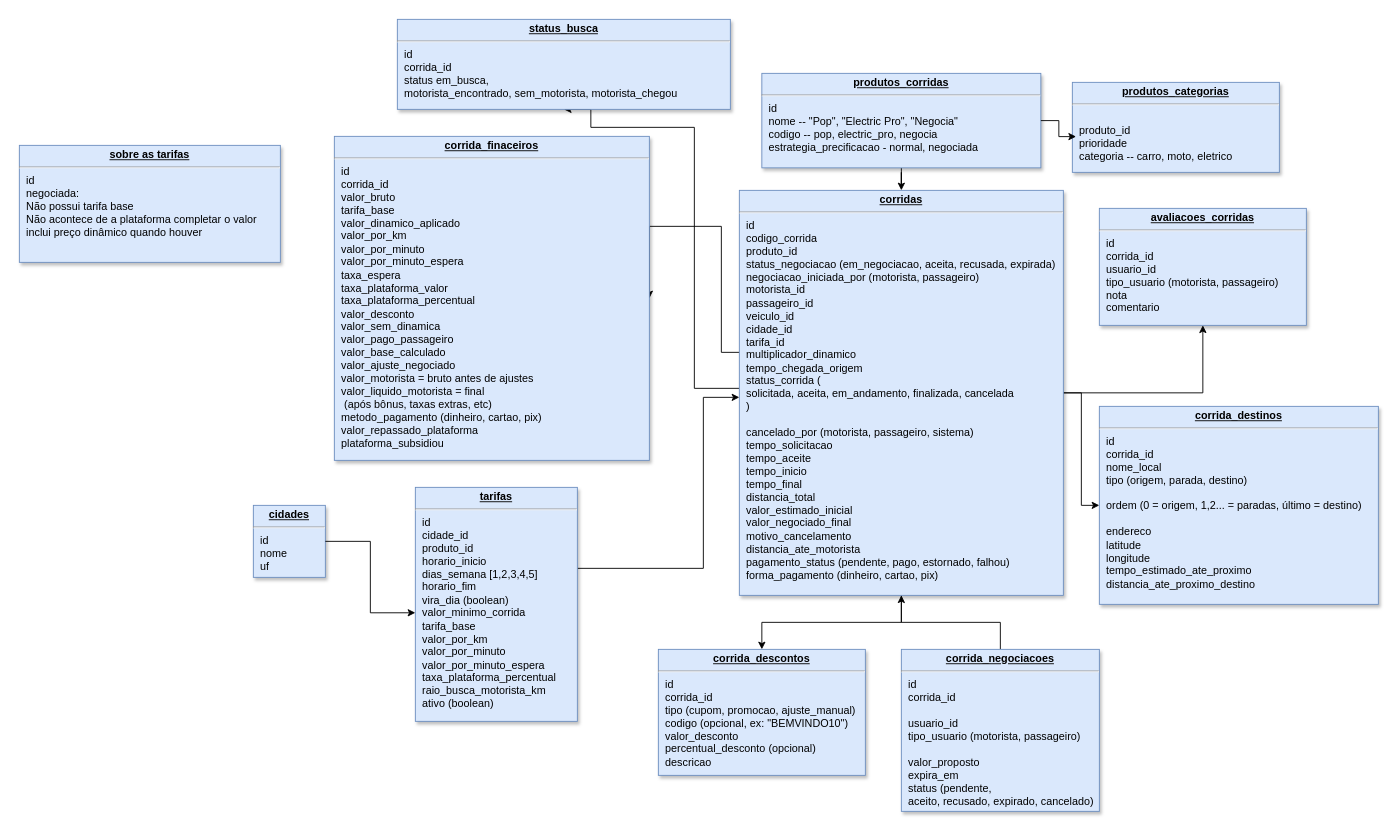
Earlier version of the draw.io diagram page "corridas" (2 of 2) of Diagrama sem nome.drawio (PnA-Publicidade/aplicativo-mobilidade-urbana-backend). Source tidied: cells renumbered, new cells numbered last; positions are measured from the earlier drawing's top-left corner, leaving out a move shared by most shapes. Both pictures are drawn from the tidied source at 90%, with x=0, y=0 at pixel (19, 19).
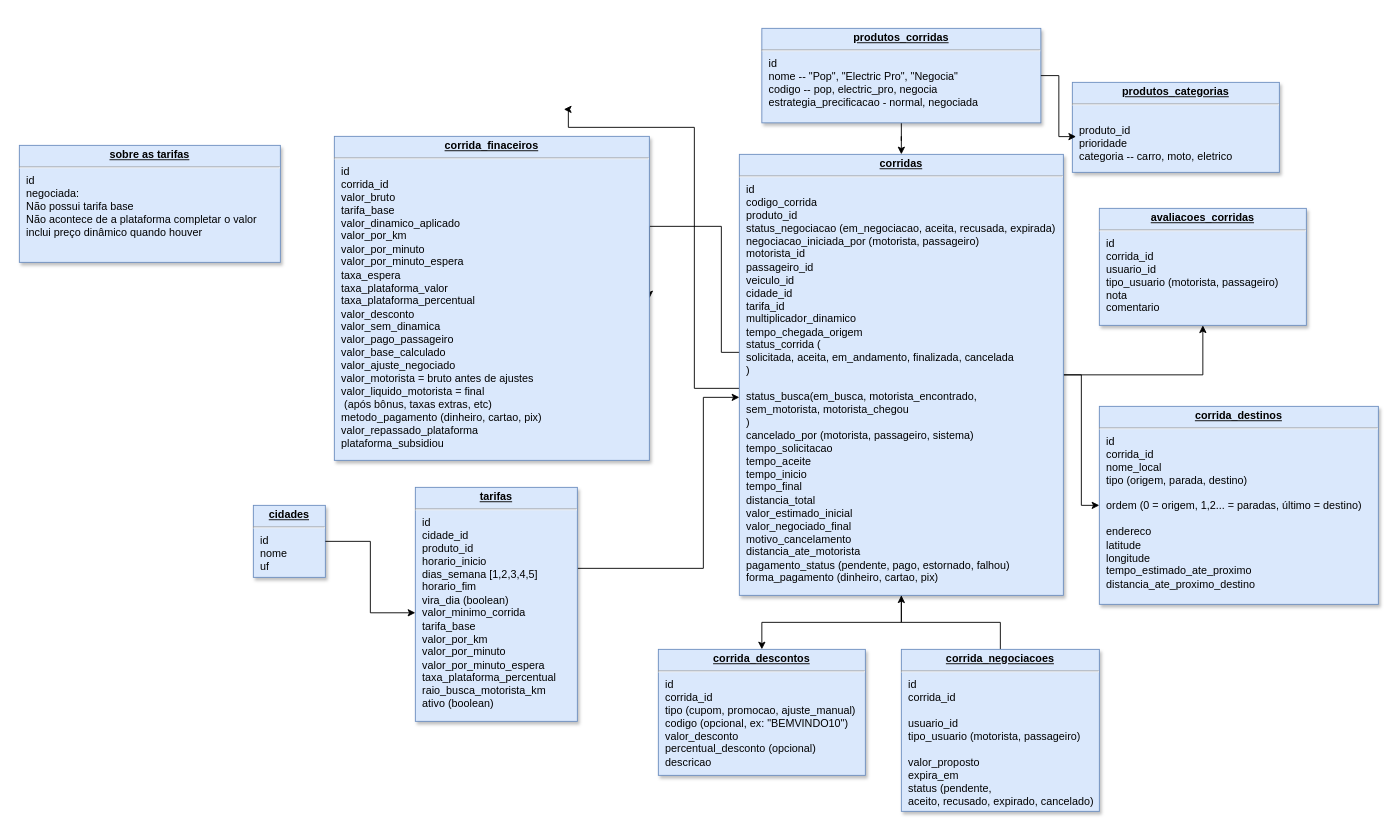
The same page after the edit.

Diff of the diagram source:
```diff
@@
-    <mxCell id="6" style="edgeStyle=orthogonalEdgeStyle;rounded=0;jettySize=auto;html=1;entryX=0.5;entryY=1;entryDx=0;entryDy=0;" parent="1" edge="1" source="7" target="23">
+    <mxCell id="6" style="edgeStyle=orthogonalEdgeStyle;rounded=0;jettySize=auto;html=1;entryX=0.5;entryY=1;entryDx=0;entryDy=0;" parent="1" edge="1" source="7">
       <mxGeometry relative="1" as="geometry">
+        <mxPoint x="605" y="100" as="targetPoint" />
         <Array as="points">
           <mxPoint x="750" y="410" />
           <mxPoint x="750" y="120" />
-          <mxPoint x="635" y="120" />
+          <mxPoint x="610" y="120" />
+          <mxPoint x="610" y="100" />
         </Array>
       </mxGeometry>
     </mxCell>
-    <mxCell id="7" value="&lt;p style=&quot;margin: 0px ; margin-top: 4px ; text-align: center ; text-decoration: underline&quot;&gt;&lt;b&gt;corridas&lt;/b&gt;&lt;/p&gt;&lt;hr&gt;&lt;p style=&quot;margin: 0px ; margin-left: 8px&quot;&gt;id&lt;/p&gt;&lt;p style=&quot;margin: 0px ; margin-left: 8px&quot;&gt;codigo_corrida&lt;/p&gt;&lt;p style=&quot;margin: 0px ; margin-left: 8px&quot;&gt;produto_id&lt;/p&gt;&lt;p style=&quot;margin: 0px ; margin-left: 8px&quot;&gt;status_&lt;span style=&quot;background-color: transparent; color: light-dark(rgb(0, 0, 0), rgb(255, 255, 255));&quot;&gt;negociacao&lt;/span&gt;&lt;span style=&quot;background-color: transparent; color: light-dark(rgb(0, 0, 0), rgb(255, 255, 255));&quot;&gt;&amp;nbsp;(em_negociacao, aceita, recusada, expirada)&lt;/span&gt;&lt;/p&gt;&lt;p style=&quot;margin: 0px ; margin-left: 8px&quot;&gt;negociacao_iniciada_por (motorista, passageiro)&lt;/p&gt;&lt;p style=&quot;margin: 0px ; margin-left: 8px&quot;&gt;motorista_id&lt;/p&gt;&lt;p style=&quot;margin: 0px ; margin-left: 8px&quot;&gt;passageiro_id&lt;/p&gt;&lt;p style=&quot;margin: 0px ; margin-left: 8px&quot;&gt;veiculo_id&amp;nbsp;&lt;/p&gt;&lt;p style=&quot;margin: 0px ; margin-left: 8px&quot;&gt;cidade_id&lt;/p&gt;&lt;p style=&quot;margin: 0px ; margin-left: 8px&quot;&gt;tarifa_id&lt;/p&gt;&lt;p style=&quot;margin: 0px ; margin-left: 8px&quot;&gt;multiplicador_dinamico&lt;/p&gt;&lt;p style=&quot;margin: 0px ; margin-left: 8px&quot;&gt;tempo_chegada_origem&lt;/p&gt;&lt;p style=&quot;margin: 0px ; margin-left: 8px&quot;&gt;status_&lt;span style=&quot;background-color: transparent; color: light-dark(rgb(0, 0, 0), rgb(255, 255, 255));&quot;&gt;corrida&lt;/span&gt;&lt;span style=&quot;background-color: transparent; color: light-dark(rgb(0, 0, 0), rgb(255, 255, 255));&quot;&gt;&amp;nbsp;(&lt;/span&gt;&lt;/p&gt;&lt;p style=&quot;margin: 0px ; margin-left: 8px&quot;&gt;solicitada, aceita, em_andamento, finalizada, cancelada&lt;/p&gt;&lt;p style=&quot;margin: 0px ; margin-left: 8px&quot;&gt;)&lt;/p&gt;&lt;p style=&quot;margin: 0px ; margin-left: 8px&quot;&gt;&lt;br&gt;&lt;/p&gt;&lt;p style=&quot;margin: 0px ; margin-left: 8px&quot;&gt;cancelado_por (motorista, passageiro, sistema)&lt;/p&gt;&lt;p style=&quot;margin: 0px ; margin-left: 8px&quot;&gt;tempo_solicitacao&lt;/p&gt;&lt;p style=&quot;margin: 0px ; margin-left: 8px&quot;&gt;tempo_aceite&lt;/p&gt;&lt;p style=&quot;margin: 0px ; margin-left: 8px&quot;&gt;tempo_inicio&lt;/p&gt;&lt;p style=&quot;margin: 0px ; margin-left: 8px&quot;&gt;tempo_final&lt;/p&gt;&lt;p style=&quot;margin: 0px ; margin-left: 8px&quot;&gt;distancia_total&lt;/p&gt;&lt;p style=&quot;margin: 0px ; margin-left: 8px&quot;&gt;valor_estimado_inicial&lt;/p&gt;&lt;p style=&quot;margin: 0px ; margin-left: 8px&quot;&gt;valor_negociado_final&lt;/p&gt;&lt;p style=&quot;margin: 0px ; margin-left: 8px&quot;&gt;motivo_cancelamento&lt;/p&gt;&lt;p style=&quot;margin: 0px ; margin-left: 8px&quot;&gt;distancia_ate_motorista&lt;/p&gt;&lt;p style=&quot;margin: 0px ; margin-left: 8px&quot;&gt;pagamento_status (pendente, pago, estornado, falhou)&lt;/p&gt;&lt;p style=&quot;margin: 0px ; margin-left: 8px&quot;&gt;forma_pagamento (dinheiro, cartao, pix)&lt;/p&gt;" style="verticalAlign=top;align=left;overflow=fill;fontSize=12;fontFamily=Helvetica;html=1;strokeColor=#6c8ebf;shadow=1;fillColor=#dae8fc;" parent="1" vertex="1">
-      <mxGeometry x="800" y="190" width="360" height="450" as="geometry" />
+    <mxCell id="7" value="&lt;p style=&quot;margin: 0px ; margin-top: 4px ; text-align: center ; text-decoration: underline&quot;&gt;&lt;b&gt;corridas&lt;/b&gt;&lt;/p&gt;&lt;hr&gt;&lt;p style=&quot;margin: 0px ; margin-left: 8px&quot;&gt;id&lt;/p&gt;&lt;p style=&quot;margin: 0px ; margin-left: 8px&quot;&gt;codigo_corrida&lt;/p&gt;&lt;p style=&quot;margin: 0px ; margin-left: 8px&quot;&gt;produto_id&lt;/p&gt;&lt;p style=&quot;margin: 0px ; margin-left: 8px&quot;&gt;status_&lt;span style=&quot;background-color: transparent; color: light-dark(rgb(0, 0, 0), rgb(255, 255, 255));&quot;&gt;negociacao&lt;/span&gt;&lt;span style=&quot;background-color: transparent; color: light-dark(rgb(0, 0, 0), rgb(255, 255, 255));&quot;&gt;&amp;nbsp;(em_negociacao, aceita, recusada, expirada)&lt;/span&gt;&lt;/p&gt;&lt;p style=&quot;margin: 0px ; margin-left: 8px&quot;&gt;negociacao_iniciada_por (motorista, passageiro)&lt;/p&gt;&lt;p style=&quot;margin: 0px ; margin-left: 8px&quot;&gt;motorista_id&lt;/p&gt;&lt;p style=&quot;margin: 0px ; margin-left: 8px&quot;&gt;passageiro_id&lt;/p&gt;&lt;p style=&quot;margin: 0px ; margin-left: 8px&quot;&gt;veiculo_id&amp;nbsp;&lt;/p&gt;&lt;p style=&quot;margin: 0px ; margin-left: 8px&quot;&gt;cidade_id&lt;/p&gt;&lt;p style=&quot;margin: 0px ; margin-left: 8px&quot;&gt;tarifa_id&lt;/p&gt;&lt;p style=&quot;margin: 0px ; margin-left: 8px&quot;&gt;multiplicador_dinamico&lt;/p&gt;&lt;p style=&quot;margin: 0px ; margin-left: 8px&quot;&gt;tempo_chegada_origem&lt;/p&gt;&lt;p style=&quot;margin: 0px ; margin-left: 8px&quot;&gt;status_&lt;span style=&quot;background-color: transparent; color: light-dark(rgb(0, 0, 0), rgb(255, 255, 255));&quot;&gt;corrida&lt;/span&gt;&lt;span style=&quot;background-color: transparent; color: light-dark(rgb(0, 0, 0), rgb(255, 255, 255));&quot;&gt;&amp;nbsp;(&lt;/span&gt;&lt;/p&gt;&lt;p style=&quot;margin: 0px ; margin-left: 8px&quot;&gt;solicitada, aceita, em_andamento, finalizada, cancelada&lt;/p&gt;&lt;p style=&quot;margin: 0px ; margin-left: 8px&quot;&gt;)&lt;/p&gt;&lt;p style=&quot;margin: 0px ; margin-left: 8px&quot;&gt;&lt;br&gt;&lt;/p&gt;&lt;p style=&quot;margin: 0px 0px 0px 8px;&quot;&gt;status_busca&lt;span style=&quot;background-color: transparent; color: light-dark(rgb(0, 0, 0), rgb(255, 255, 255));&quot;&gt;(&lt;/span&gt;&lt;span style=&quot;background-color: transparent; color: light-dark(rgb(0, 0, 0), rgb(255, 255, 255));&quot;&gt;em_busca,&amp;nbsp;&lt;/span&gt;&lt;span style=&quot;background-color: transparent; color: light-dark(rgb(0, 0, 0), rgb(255, 255, 255));&quot;&gt;motorista_encontrado,&lt;/span&gt;&lt;span style=&quot;background-color: transparent; color: light-dark(rgb(0, 0, 0), rgb(255, 255, 255));&quot;&gt;&amp;nbsp;&lt;/span&gt;&lt;/p&gt;&lt;p style=&quot;margin: 0px 0px 0px 8px;&quot;&gt;&lt;span style=&quot;background-color: transparent; color: light-dark(rgb(0, 0, 0), rgb(255, 255, 255));&quot;&gt;sem_motorista,&amp;nbsp;&lt;/span&gt;&lt;span style=&quot;background-color: transparent; color: light-dark(rgb(0, 0, 0), rgb(255, 255, 255));&quot;&gt;motorista_chegou&lt;/span&gt;&lt;/p&gt;&lt;p style=&quot;margin: 0px 0px 0px 8px;&quot;&gt;&lt;span style=&quot;background-color: transparent; color: light-dark(rgb(0, 0, 0), rgb(255, 255, 255));&quot;&gt;)&lt;/span&gt;&lt;/p&gt;&lt;p style=&quot;margin: 0px ; margin-left: 8px&quot;&gt;cancelado_por (motorista, passageiro, sistema)&lt;/p&gt;&lt;p style=&quot;margin: 0px ; margin-left: 8px&quot;&gt;tempo_solicitacao&lt;/p&gt;&lt;p style=&quot;margin: 0px ; margin-left: 8px&quot;&gt;tempo_aceite&lt;/p&gt;&lt;p style=&quot;margin: 0px ; margin-left: 8px&quot;&gt;tempo_inicio&lt;/p&gt;&lt;p style=&quot;margin: 0px ; margin-left: 8px&quot;&gt;tempo_final&lt;/p&gt;&lt;p style=&quot;margin: 0px ; margin-left: 8px&quot;&gt;distancia_total&lt;/p&gt;&lt;p style=&quot;margin: 0px ; margin-left: 8px&quot;&gt;valor_estimado_inicial&lt;/p&gt;&lt;p style=&quot;margin: 0px ; margin-left: 8px&quot;&gt;valor_negociado_final&lt;/p&gt;&lt;p style=&quot;margin: 0px ; margin-left: 8px&quot;&gt;motivo_cancelamento&lt;/p&gt;&lt;p style=&quot;margin: 0px ; margin-left: 8px&quot;&gt;distancia_ate_motorista&lt;/p&gt;&lt;p style=&quot;margin: 0px ; margin-left: 8px&quot;&gt;pagamento_status (pendente, pago, estornado, falhou)&lt;/p&gt;&lt;p style=&quot;margin: 0px ; margin-left: 8px&quot;&gt;forma_pagamento (dinheiro, cartao, pix)&lt;/p&gt;" style="verticalAlign=top;align=left;overflow=fill;fontSize=12;fontFamily=Helvetica;html=1;strokeColor=#6c8ebf;shadow=1;fillColor=#dae8fc;" parent="1" vertex="1">
+      <mxGeometry x="800" y="150" width="360" height="490" as="geometry" />
     </mxCell>
@@
     <mxCell id="19" value="&lt;p style=&quot;margin: 0px ; margin-top: 4px ; text-align: center ; text-decoration: underline&quot;&gt;&lt;b&gt;produtos_corridas&lt;/b&gt;&lt;/p&gt;&lt;hr&gt;&lt;p style=&quot;margin: 0px ; margin-left: 8px&quot;&gt;id&lt;/p&gt;&lt;p style=&quot;margin: 0px ; margin-left: 8px&quot;&gt;nome                &lt;span class=&quot;ͼt&quot;&gt;-- &quot;Pop&quot;, &quot;Electric Pro&quot;, &quot;Negocia&quot;&lt;/span&gt;&lt;br&gt;codigo              &lt;span class=&quot;ͼt&quot;&gt;-- pop, electric_pro, negocia&lt;/span&gt;&lt;br&gt;estrategia_precificacao&amp;nbsp;&lt;span class=&quot;ͼt&quot;&gt;- normal, negociada&lt;/span&gt;&lt;br&gt;&lt;br&gt;&lt;br&gt;&lt;/p&gt;" style="verticalAlign=top;align=left;overflow=fill;fontSize=12;fontFamily=Helvetica;html=1;strokeColor=#6c8ebf;shadow=1;fillColor=#dae8fc;" parent="1" vertex="1">
-      <mxGeometry x="825" y="60" width="310" height="105" as="geometry" />
+      <mxGeometry x="825" y="10" width="310" height="105" as="geometry" />
     </mxCell>
@@
-    <mxCell id="23" value="&lt;p style=&quot;margin: 0px ; margin-top: 4px ; text-align: center ; text-decoration: underline&quot;&gt;&lt;b&gt;status_busca&lt;/b&gt;&lt;/p&gt;&lt;hr&gt;&lt;p style=&quot;margin: 0px ; margin-left: 8px&quot;&gt;id&lt;/p&gt;&lt;p style=&quot;margin: 0px ; margin-left: 8px&quot;&gt;corrida_id&lt;/p&gt;&lt;p style=&quot;margin: 0px ; margin-left: 8px&quot;&gt;status&amp;nbsp;&lt;span style=&quot;background-color: transparent; color: light-dark(rgb(0, 0, 0), rgb(255, 255, 255));&quot;&gt;em_busca,&amp;nbsp;&lt;/span&gt;&lt;/p&gt;&lt;p style=&quot;margin: 0px ; margin-left: 8px&quot;&gt;&lt;span style=&quot;background-color: transparent; color: light-dark(rgb(0, 0, 0), rgb(255, 255, 255));&quot;&gt;motorista_encontrado,&amp;nbsp;&lt;/span&gt;&lt;span style=&quot;background-color: transparent; color: light-dark(rgb(0, 0, 0), rgb(255, 255, 255));&quot;&gt;sem_motorista,&amp;nbsp;&lt;/span&gt;&lt;span style=&quot;background-color: transparent; color: light-dark(rgb(0, 0, 0), rgb(255, 255, 255));&quot;&gt;motorista_chegou&lt;/span&gt;&lt;/p&gt;&lt;p style=&quot;margin: 0px ; margin-left: 8px&quot;&gt;&lt;br&gt;&lt;/p&gt;&lt;div&gt;&lt;br&gt;&lt;/div&gt;" style="verticalAlign=top;align=left;overflow=fill;fontSize=12;fontFamily=Helvetica;html=1;strokeColor=#6c8ebf;shadow=1;fillColor=#dae8fc;" parent="1" vertex="1">
-      <mxGeometry x="420" width="370" height="100" as="geometry" />
-    </mxCell>
```
